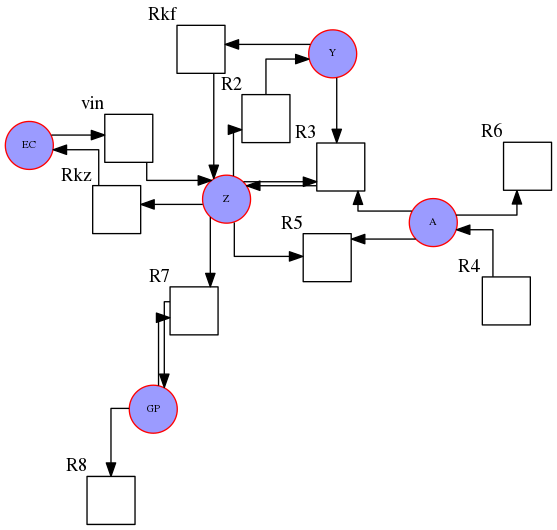
Before: sbml/BIOMD0000000100.xml.gv.png, a diagram exported from Graphviz (dilawar/drawsbml). Its source is kept beside it as sbml/BIOMD0000000100.xml.gv. Its diagram source:
```dot
strict digraph  {
"/intravesicular/Rkf" [type=reaction, shape=square, xlabel=Rkf, label=""];
"/intravesicular/R5" [type=reaction, shape=square, xlabel=R5, label=""];
"/intravesicular/R8" [type=reaction, shape=square, xlabel=R8, label=""];
"/intravesicular/vin" [type=reaction, shape=square, xlabel=vin, label=""];
"/cytosol/Z" [style=filled, fontsize=8, fillcolor="#0000ff64", color=red, type=species, shape=circle, label=Z];
"/intravesicular/R6" [type=reaction, shape=square, xlabel=R6, label=""];
"/intravesicular/Rkz" [type=reaction, shape=square, xlabel=Rkz, label=""];
"/intravesicular/R4" [type=reaction, shape=square, xlabel=R4, label=""];
"/cytosol/GP" [style=filled, fontsize=8, fillcolor="#0000ff64", color=red, type=species, shape=circle, label=GP];
"/intravesicular/R2" [type=reaction, shape=square, xlabel=R2, label=""];
"/intravesicular/R3" [type=reaction, shape=square, xlabel=R3, label=""];
"/intravesicular/R7" [type=reaction, shape=square, xlabel=R7, label=""];
"/extracellular/EC" [style=filled, fontsize=8, fillcolor="#0000ff64", color=red, type=species, shape=circle, label=EC];
"/cytosol/A" [style=filled, fontsize=8, fillcolor="#0000ff64", color=red, type=species, shape=circle, label=A];
"/intravesicular/Y" [style=filled, fontsize=8, fillcolor="#0000ff64", color=red, type=species, shape=circle, label=Y];
"/intravesicular/Rkf" -> "/cytosol/Z";
"/intravesicular/vin" -> "/cytosol/Z";
"/cytosol/Z" -> "/intravesicular/Rkz";
"/cytosol/Z" -> "/intravesicular/R5";
"/cytosol/Z" -> "/intravesicular/R2";
"/cytosol/Z" -> "/intravesicular/R3";
"/cytosol/Z" -> "/intravesicular/R7";
"/intravesicular/Rkz" -> "/extracellular/EC";
"/intravesicular/R4" -> "/cytosol/A";
"/cytosol/GP" -> "/intravesicular/R7";
"/cytosol/GP" -> "/intravesicular/R8";
"/intravesicular/R2" -> "/intravesicular/Y";
"/intravesicular/R3" -> "/cytosol/Z";
"/intravesicular/R7" -> "/cytosol/GP";
"/extracellular/EC" -> "/intravesicular/vin";
"/cytosol/A" -> "/intravesicular/R6";
"/cytosol/A" -> "/intravesicular/R5";
"/cytosol/A" -> "/intravesicular/R3";
"/intravesicular/Y" -> "/intravesicular/Rkf";
"/intravesicular/Y" -> "/intravesicular/R3";
}
```
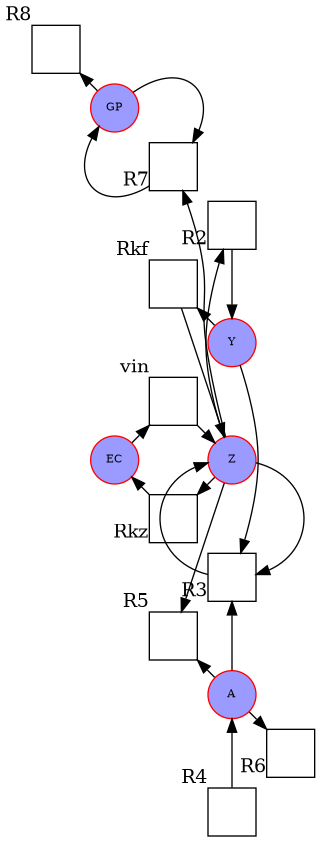
After the commit.

Diff of the diagram source:
```diff
@@ -1,37 +1,37 @@
 strict digraph  {
-"/intravesicular/Rkf" [type=reaction, shape=square, xlabel=Rkf, label=""];
-"/intravesicular/R5" [type=reaction, shape=square, xlabel=R5, label=""];
-"/intravesicular/R8" [type=reaction, shape=square, xlabel=R8, label=""];
-"/intravesicular/vin" [type=reaction, shape=square, xlabel=vin, label=""];
-"/cytosol/Z" [style=filled, fontsize=8, fillcolor="#0000ff64", color=red, type=species, shape=circle, label=Z];
-"/intravesicular/R6" [type=reaction, shape=square, xlabel=R6, label=""];
-"/intravesicular/Rkz" [type=reaction, shape=square, xlabel=Rkz, label=""];
-"/intravesicular/R4" [type=reaction, shape=square, xlabel=R4, label=""];
-"/cytosol/GP" [style=filled, fontsize=8, fillcolor="#0000ff64", color=red, type=species, shape=circle, label=GP];
-"/intravesicular/R2" [type=reaction, shape=square, xlabel=R2, label=""];
-"/intravesicular/R3" [type=reaction, shape=square, xlabel=R3, label=""];
-"/intravesicular/R7" [type=reaction, shape=square, xlabel=R7, label=""];
-"/extracellular/EC" [style=filled, fontsize=8, fillcolor="#0000ff64", color=red, type=species, shape=circle, label=EC];
-"/cytosol/A" [style=filled, fontsize=8, fillcolor="#0000ff64", color=red, type=species, shape=circle, label=A];
-"/intravesicular/Y" [style=filled, fontsize=8, fillcolor="#0000ff64", color=red, type=species, shape=circle, label=Y];
-"/intravesicular/Rkf" -> "/cytosol/Z";
-"/intravesicular/vin" -> "/cytosol/Z";
+"/extracellular/EC" [color=red, fillcolor="#0000ff64", fontsize=8, label=EC, shape=circle, style=filled, type=species];
+"/cytosol/Z" [color=red, fillcolor="#0000ff64", fontsize=8, label=Z, shape=circle, style=filled, type=species];
+"/cytosol/A" [color=red, fillcolor="#0000ff64", fontsize=8, label=A, shape=circle, style=filled, type=species];
+"/intravesicular/Y" [color=red, fillcolor="#0000ff64", fontsize=8, label=Y, shape=circle, style=filled, type=species];
+"/cytosol/GP" [color=red, fillcolor="#0000ff64", fontsize=8, label=GP, shape=circle, style=filled, type=species];
+"/intravesicular/vin" [label="", shape=square, type=reaction, xlabel=vin];
+"/intravesicular/R2" [label="", shape=square, type=reaction, xlabel=R2];
+"/intravesicular/R3" [label="", shape=square, type=reaction, xlabel=R3];
+"/intravesicular/Rkf" [label="", shape=square, type=reaction, xlabel=Rkf];
+"/intravesicular/Rkz" [label="", shape=square, type=reaction, xlabel=Rkz];
+"/intravesicular/R4" [label="", shape=square, type=reaction, xlabel=R4];
+"/intravesicular/R5" [label="", shape=square, type=reaction, xlabel=R5];
+"/intravesicular/R6" [label="", shape=square, type=reaction, xlabel=R6];
+"/intravesicular/R7" [label="", shape=square, type=reaction, xlabel=R7];
+"/intravesicular/R8" [label="", shape=square, type=reaction, xlabel=R8];
+"/extracellular/EC" -> "/intravesicular/vin";
+"/cytosol/Z" -> "/intravesicular/R2";
+"/cytosol/Z" -> "/intravesicular/R3";
 "/cytosol/Z" -> "/intravesicular/Rkz";
 "/cytosol/Z" -> "/intravesicular/R5";
-"/cytosol/Z" -> "/intravesicular/R2";
-"/cytosol/Z" -> "/intravesicular/R3";
 "/cytosol/Z" -> "/intravesicular/R7";
+"/cytosol/A" -> "/intravesicular/R3";
+"/cytosol/A" -> "/intravesicular/R5";
+"/cytosol/A" -> "/intravesicular/R6";
+"/intravesicular/Y" -> "/intravesicular/R3";
+"/intravesicular/Y" -> "/intravesicular/Rkf";
+"/cytosol/GP" -> "/intravesicular/R7";
+"/cytosol/GP" -> "/intravesicular/R8";
+"/intravesicular/vin" -> "/cytosol/Z";
+"/intravesicular/R2" -> "/intravesicular/Y";
+"/intravesicular/R3" -> "/cytosol/Z";
+"/intravesicular/Rkf" -> "/cytosol/Z";
 "/intravesicular/Rkz" -> "/extracellular/EC";
 "/intravesicular/R4" -> "/cytosol/A";
-"/cytosol/GP" -> "/intravesicular/R7";
-"/cytosol/GP" -> "/intravesicular/R8";
-"/intravesicular/R2" -> "/intravesicular/Y";
-"/intravesicular/R3" -> "/cytosol/Z";
 "/intravesicular/R7" -> "/cytosol/GP";
-"/extracellular/EC" -> "/intravesicular/vin";
-"/cytosol/A" -> "/intravesicular/R6";
-"/cytosol/A" -> "/intravesicular/R5";
-"/cytosol/A" -> "/intravesicular/R3";
-"/intravesicular/Y" -> "/intravesicular/Rkf";
-"/intravesicular/Y" -> "/intravesicular/R3";
 }
```
